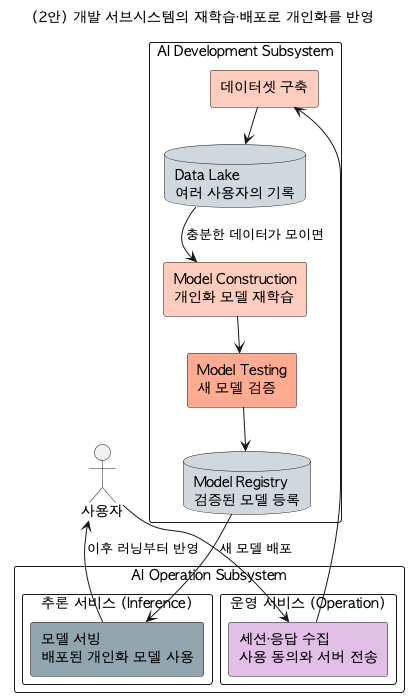
tenyearslove/zone2runner keeps this PlantUML diagram as arch/dp/dp-03-adaptability/images/dp-03-adaptability-counter-simple.png. Above is the earlier version.
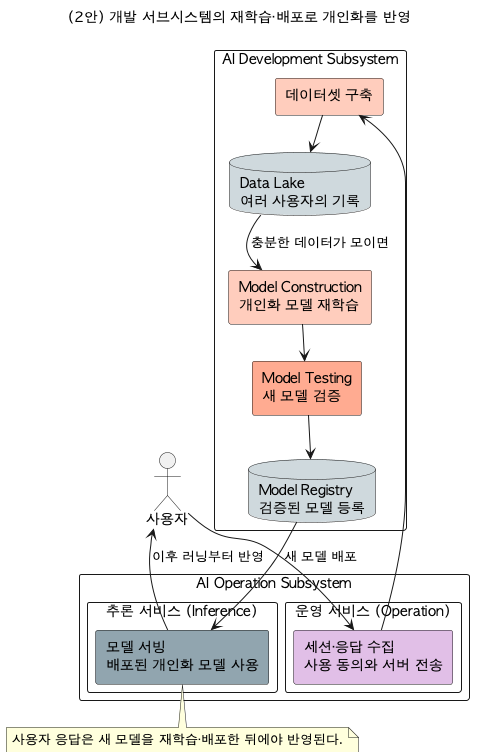
After the commit.

Diff of the diagram source:
```diff
@@ -38,4 +38,8 @@
 TEST --> REGISTRY
 REGISTRY --> SERVE : 새 모델 배포
 SERVE --> USER : 이후 러닝부터 반영
+
+note bottom of SERVE
+  사용자 응답은 새 모델을 재학습·배포한 뒤에야 반영된다.
+end note
 @enduml
```
